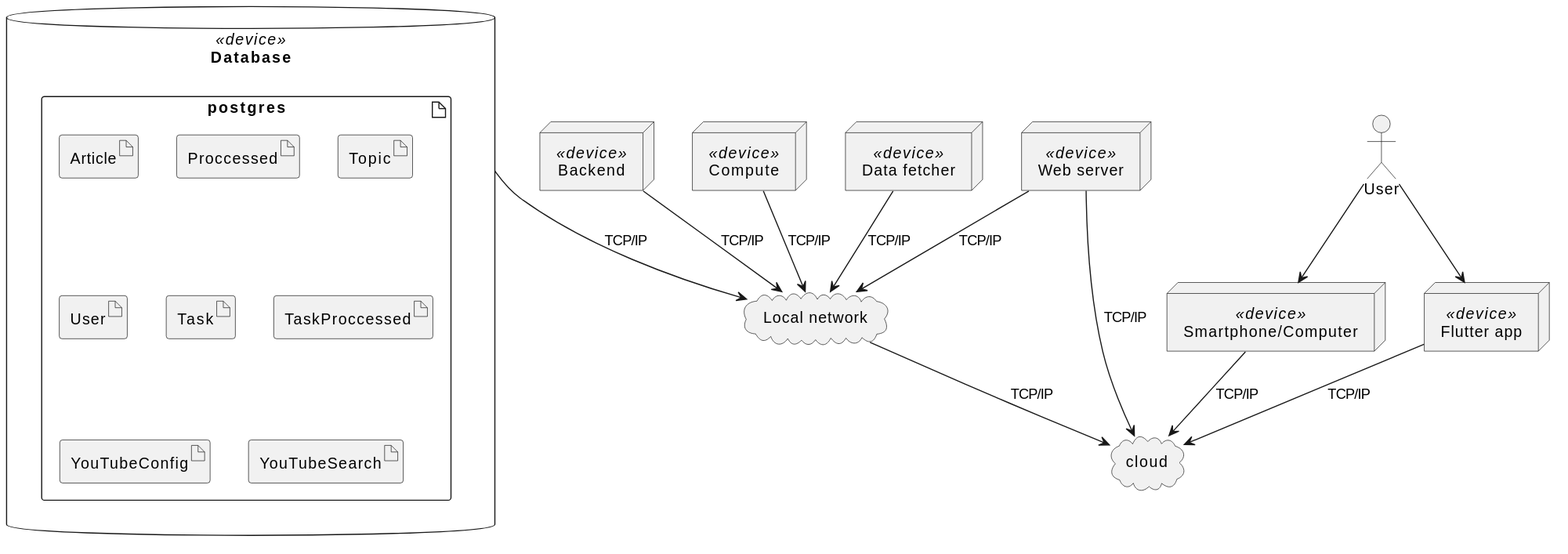
Above: docs/project_design/fig/deployment_diagram.svg in ResearchComputingServices/maple (PlantUML), before the change.
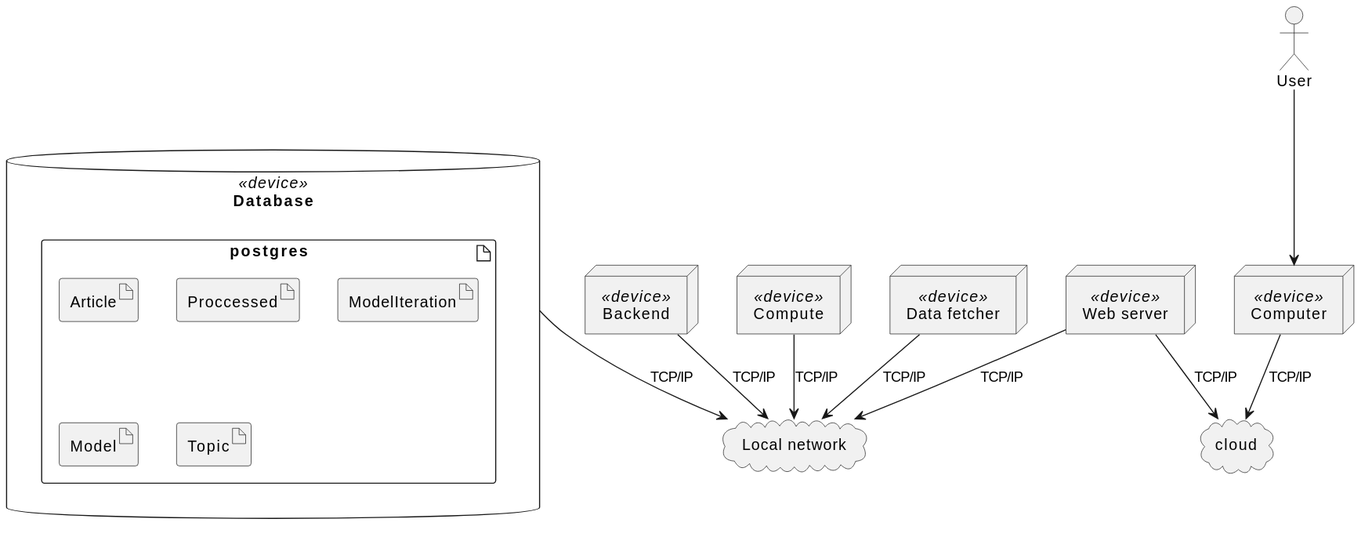
The same diagram one commit later.

Commit message:
RC-495 #comment Updated deployment diagram.

Change to the diagram source:
```diff
@@ -18,12 +18,9 @@
     artifact postgres {
         artifact Article
         artifact Proccessed
+        artifact ModelIteration
+        artifact Model
         artifact Topic
-        artifact User
-        artifact Task
-        artifact TaskProccessed
-        artifact YouTubeConfig
-        artifact YouTubeSearch
     }
 }
 
@@ -33,22 +30,19 @@
 compute --> local_network: TCP/IP
 crawler --> local_network: TCP/IP
 
-node "Flutter app" as app <<device>> {
+node "Computer" as app <<device>> {
 
 }
 
 node "Web server" as appweb <<device>>
 
-node "Smartphone/Computer" as smartdevice <<device>>
 
 actor User as user
 
 user --> app
-user --> smartdevice
 app --> _cloud: TCP/IP
-smartdevice-->_cloud: TCP/IP
-local_network --> _cloud: TCP/IP
 appweb --> local_network: TCP/IP
 appweb --> _cloud: TCP/IP
 db --> local_network: TCP/IP
+
 @enduml
```
